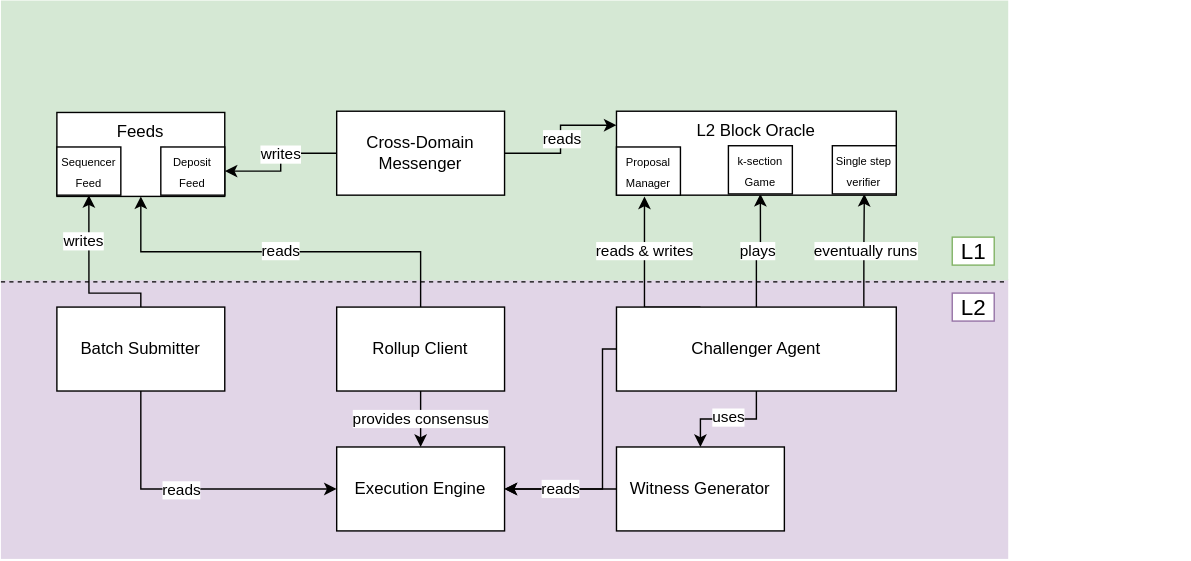
Before: assets/architecture.svg, a diagram exported from draw.io (ethereum-optimism/optimism). Source tidied: cells renumbered, new cells last; positions are measured from the earlier drawing's top-left corner, leaving out a move shared by most shapes.
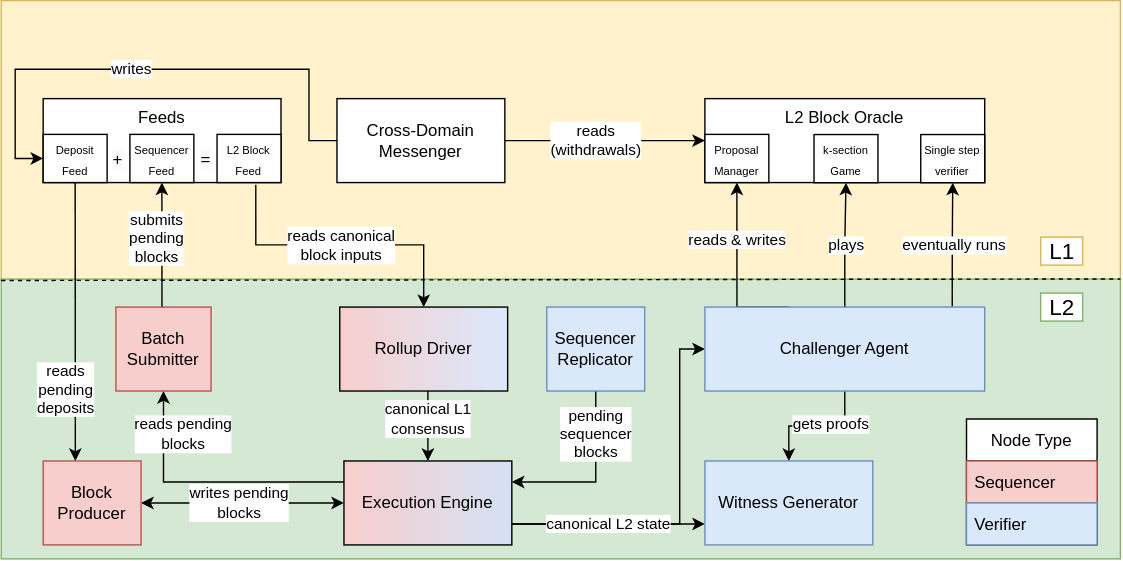
After the commit.

Commit message:
feat(overview): updated diagram and explanations

Diff of the diagram source:
```diff
@@ -4,25 +4,13 @@
     <mxCell id="1" value="Layer 1/2" parent="0" />
+    <mxCell id="43" style="rounded=0;whiteSpace=wrap;html=1;align=center;verticalAlign=top;fillColor=#fff2cc;strokeColor=#d6b656;" parent="1" vertex="1">
+      <mxGeometry y="-0.1" width="800" height="200" as="geometry" />
+    </mxCell>
-    <mxCell id="2" style="rounded=0;whiteSpace=wrap;html=1;align=center;verticalAlign=top;fillColor=#e1d5e7;strokeColor=none;" parent="1" vertex="1">
-      <mxGeometry y="199" width="720" height="200" as="geometry" />
+    <mxCell id="2" style="rounded=0;whiteSpace=wrap;html=1;align=center;verticalAlign=top;fillColor=#d5e8d4;strokeColor=#82b366;" parent="1" vertex="1">
+      <mxGeometry y="199" width="800" height="200" as="geometry" />
     </mxCell>
-    <mxCell id="3" style="group;" parent="1" vertex="1">
-      <mxGeometry x="40" y="79.9" width="810" height="120" as="geometry" />
-    </mxCell>
-    <mxCell id="4" style="rounded=0;whiteSpace=wrap;html=1;align=center;verticalAlign=top;fillColor=#d5e8d4;strokeColor=none;" parent="3" vertex="1">
-      <mxGeometry x="-40" y="-80" width="720" height="200" as="geometry" />
-    </mxCell>
-    <mxCell id="5" value="Feeds" style="rounded=0;whiteSpace=wrap;html=1;align=center;verticalAlign=top;" parent="3" vertex="1">
-      <mxGeometry width="120" height="60" as="geometry" />
-    </mxCell>
-    <mxCell id="6" value="&lt;font style=&quot;font-size: 8px&quot;&gt;Deposit Feed&lt;/font&gt;" style="rounded=0;whiteSpace=wrap;html=1;" parent="3" vertex="1">
-      <mxGeometry x="74.3" y="24.7" width="45.7" height="34.4" as="geometry" />
-    </mxCell>
-    <mxCell id="7" value="&lt;font style=&quot;font-size: 8px&quot;&gt;Sequencer Feed&lt;/font&gt;" style="rounded=0;whiteSpace=wrap;html=1;" parent="3" vertex="1">
-      <mxGeometry y="24.7" width="45.7" height="34.4" as="geometry" />
-    </mxCell>
-    <mxCell id="8" value="&lt;font style=&quot;font-size: 16px&quot;&gt;L1&lt;/font&gt;" style="text;html=1;align=center;verticalAlign=middle;strokeColor=#82b366;fillColor=#FFFFFF;" parent="1" vertex="1">
-      <mxGeometry x="680" y="169" width="30" height="20" as="geometry" />
+    <mxCell id="8" value="&lt;font style=&quot;font-size: 16px&quot;&gt;L1&lt;/font&gt;" style="text;html=1;align=center;verticalAlign=middle;strokeColor=#d6b656;fillColor=#FFFFFF;" parent="1" vertex="1">
+      <mxGeometry x="743" y="169" width="30" height="20" as="geometry" />
     </mxCell>
-    <mxCell id="9" value="&lt;font style=&quot;font-size: 16px&quot;&gt;L2&lt;/font&gt;" style="text;html=1;align=center;verticalAlign=middle;strokeColor=#9673a6;fillColor=#FFFFFF;" parent="1" vertex="1">
-      <mxGeometry x="680" y="209" width="30" height="20" as="geometry" />
+    <mxCell id="9" value="&lt;font style=&quot;font-size: 16px&quot;&gt;L2&lt;/font&gt;" style="text;html=1;align=center;verticalAlign=middle;strokeColor=#82b366;fillColor=#FFFFFF;" parent="1" vertex="1">
+      <mxGeometry x="743" y="209" width="30" height="20" as="geometry" />
     </mxCell>
@@ -33,6 +21,6 @@
     </mxCell>
-    <mxCell id="11" style="endArrow=none;dashed=1;html=1;strokeWidth=1;" parent="1" edge="1">
+    <mxCell id="11" style="endArrow=none;dashed=1;html=1;strokeWidth=1;entryX=1;entryY=1;entryDx=0;entryDy=0;" parent="1" edge="1">
       <mxGeometry relative="1" as="geometry">
-        <mxPoint y="201" as="sourcePoint" />
-        <mxPoint x="720" y="201" as="targetPoint" />
+        <mxPoint y="200" as="sourcePoint" />
+        <mxPoint x="800" y="198.9" as="targetPoint" />
       </mxGeometry>
@@ -40,10 +28,8 @@
     <mxCell id="12" value="Components" parent="0" />
-    <mxCell id="13" style="edgeStyle=orthogonalEdgeStyle;rounded=0;jettySize=auto;html=1;exitX=1;exitY=0.5;exitDx=0;exitDy=0;startArrow=none;startFill=0;endArrow=classic;endFill=1;" parent="12" edge="1" source="15">
-      <mxGeometry relative="1" as="geometry">
-        <mxPoint x="440" y="89" as="targetPoint" />
-      </mxGeometry>
+    <mxCell id="13" style="edgeStyle=orthogonalEdgeStyle;rounded=0;jettySize=auto;html=1;exitX=1;exitY=0.5;exitDx=0;exitDy=0;startArrow=none;startFill=0;endArrow=classic;endFill=1;entryX=0;entryY=0.5;entryDx=0;entryDy=0;" parent="12" edge="1" source="15" target="39">
+      <mxGeometry relative="1" as="geometry" />
     </mxCell>
-    <mxCell id="14" value="reads" style="edgeLabel;html=1;align=center;verticalAlign=middle;" parent="13" vertex="1">
+    <mxCell id="14" value="reads&lt;br&gt;(withdrawals)" style="edgeLabel;html=1;align=center;verticalAlign=middle;" parent="13" vertex="1">
       <mxGeometry x="0.35" y="-1" relative="1" as="geometry">
-        <mxPoint x="-7" y="9" as="offset" />
+        <mxPoint x="-32" y="-1" as="offset" />
       </mxGeometry>
@@ -51,7 +37,12 @@
     <mxCell id="15" value="Cross-Domain&lt;br&gt;Messenger" style="rounded=0;whiteSpace=wrap;html=1;" parent="12" vertex="1">
-      <mxGeometry x="240" y="79" width="120" height="60" as="geometry" />
+      <mxGeometry x="240" y="70" width="120" height="60" as="geometry" />
     </mxCell>
-    <mxCell id="16" style="edgeStyle=orthogonalEdgeStyle;rounded=0;jettySize=auto;html=1;startArrow=classic;startFill=1;endArrow=none;endFill=0;exitX=1;exitY=0.5;exitDx=0;exitDy=0;" parent="12" edge="1" target="15">
+    <mxCell id="16" style="edgeStyle=orthogonalEdgeStyle;rounded=0;jettySize=auto;html=1;startArrow=classic;startFill=1;endArrow=none;endFill=0;exitX=0;exitY=0.5;exitDx=0;exitDy=0;" parent="12" edge="1" source="6" target="15">
       <mxGeometry relative="1" as="geometry">
-        <mxPoint x="160" y="121.8" as="sourcePoint" />
+        <Array as="points">
+          <mxPoint x="10" y="113" />
+          <mxPoint x="10" y="49" />
+          <mxPoint x="220" y="49" />
+          <mxPoint x="220" y="100" />
+        </Array>
       </mxGeometry>
@@ -60,9 +51,8 @@
       <mxGeometry x="0.31" y="-1" relative="1" as="geometry">
-        <mxPoint x="-8" as="offset" />
+        <mxPoint x="-73" y="-1" as="offset" />
       </mxGeometry>
     </mxCell>
-    <mxCell id="18" value="reads &amp;amp; writes" style="edgeStyle=orthogonalEdgeStyle;rounded=0;orthogonalLoop=1;jettySize=auto;html=1;exitX=0.5;exitY=0;exitDx=0;exitDy=0;startArrow=none;startFill=0;endArrow=classic;endFill=1;" parent="12" edge="1">
+    <mxCell id="18" value="reads &amp;amp; writes" style="edgeStyle=orthogonalEdgeStyle;rounded=0;jettySize=auto;html=1;exitX=0.5;exitY=0;exitDx=0;exitDy=0;startArrow=none;startFill=0;endArrow=classic;endFill=1;entryX=0.5;entryY=1;entryDx=0;entryDy=0;" parent="12" edge="1" target="42">
       <mxGeometry x="0.34" relative="1" as="geometry">
-        <mxPoint x="500" y="219" as="sourcePoint" />
-        <mxPoint x="460" y="140" as="targetPoint" />
+        <mxPoint x="563" y="219" as="sourcePoint" />
       </mxGeometry>
@@ -83,11 +73,12 @@
     </mxCell>
-    <mxCell id="23" value="uses" style="edgeLabel;html=1;align=center;verticalAlign=middle;" parent="22" vertex="1">
-      <mxGeometry y="-1" relative="1" as="geometry" />
+    <mxCell id="23" value="gets proofs" style="edgeLabel;html=1;align=center;verticalAlign=middle;" parent="22" vertex="1">
+      <mxGeometry y="-1" relative="1" as="geometry">
+        <mxPoint x="10" as="offset" />
+      </mxGeometry>
     </mxCell>
-    <mxCell id="24" style="edgeStyle=orthogonalEdgeStyle;rounded=0;jettySize=auto;html=1;exitX=0;exitY=0.5;exitDx=0;exitDy=0;startArrow=none;startFill=0;endArrow=classic;endFill=1;strokeWidth=1;" parent="12" edge="1" source="25">
+    <mxCell id="24" style="edgeStyle=orthogonalEdgeStyle;rounded=0;jettySize=auto;html=1;exitX=0;exitY=0.5;exitDx=0;exitDy=0;startArrow=classic;startFill=1;endArrow=none;endFill=0;strokeWidth=1;entryX=1;entryY=0.75;entryDx=0;entryDy=0;" parent="12" edge="1" source="25" target="36">
       <mxGeometry relative="1" as="geometry">
-        <mxPoint x="360" y="349" as="targetPoint" />
         <Array as="points">
-          <mxPoint x="430" y="249" />
-          <mxPoint x="430" y="349" />
+          <mxPoint x="485" y="249" />
+          <mxPoint x="485" y="374" />
         </Array>
@@ -95,33 +86,26 @@
     </mxCell>
-    <mxCell id="25" value="Challenger Agent" style="rounded=0;whiteSpace=wrap;html=1;" parent="12" vertex="1">
-      <mxGeometry x="440" y="219" width="200" height="60" as="geometry" />
+    <mxCell id="25" value="Challenger Agent" style="rounded=0;whiteSpace=wrap;html=1;fillColor=#dae8fc;strokeColor=#6c8ebf;" parent="12" vertex="1">
+      <mxGeometry x="503" y="219" width="200" height="60" as="geometry" />
     </mxCell>
-    <mxCell id="26" value="reads" style="edgeStyle=orthogonalEdgeStyle;rounded=0;jettySize=auto;html=1;exitX=0;exitY=0.5;exitDx=0;exitDy=0;entryX=1;entryY=0.5;entryDx=0;entryDy=0;startArrow=none;startFill=0;endArrow=classic;endFill=1;" parent="12" edge="1" source="27" target="36">
-      <mxGeometry relative="1" as="geometry">
-        <Array as="points">
-          <mxPoint x="400" y="349" />
-          <mxPoint x="400" y="349" />
-        </Array>
-      </mxGeometry>
+    <mxCell id="26" value="canonical L2 state" style="edgeStyle=orthogonalEdgeStyle;rounded=0;jettySize=auto;html=1;exitX=0;exitY=0.75;exitDx=0;exitDy=0;entryX=1;entryY=0.75;entryDx=0;entryDy=0;startArrow=classic;startFill=1;endArrow=none;endFill=0;" parent="12" edge="1" source="27" target="36">
+      <mxGeometry relative="1" as="geometry" />
     </mxCell>
-    <mxCell id="27" value="Witness Generator" style="rounded=0;whiteSpace=wrap;html=1;" parent="12" vertex="1">
-      <mxGeometry x="440" y="319" width="120" height="60" as="geometry" />
+    <mxCell id="27" value="Witness Generator" style="rounded=0;whiteSpace=wrap;html=1;fillColor=#dae8fc;strokeColor=#6c8ebf;" parent="12" vertex="1">
+      <mxGeometry x="503" y="329" width="120" height="60" as="geometry" />
     </mxCell>
-    <mxCell id="28" value="reads" style="edgeStyle=orthogonalEdgeStyle;rounded=0;jettySize=auto;html=1;exitX=0.5;exitY=0;exitDx=0;exitDy=0;entryX=0.5;entryY=1;entryDx=0;entryDy=0;startArrow=none;startFill=0;endArrow=classic;endFill=1;" parent="12" edge="1" source="30">
-      <mxGeometry relative="1" as="geometry">
-        <mxPoint x="100" y="139.9" as="targetPoint" />
-      </mxGeometry>
+    <mxCell id="28" value="reads canonical&lt;br&gt;block inputs" style="edgeStyle=orthogonalEdgeStyle;rounded=0;jettySize=auto;html=1;exitX=0.5;exitY=0;exitDx=0;exitDy=0;entryX=0.894;entryY=1.027;entryDx=0;entryDy=0;startArrow=classic;startFill=1;endArrow=none;endFill=0;entryPerimeter=0;" parent="12" edge="1" source="30" target="5">
+      <mxGeometry relative="1" as="geometry" />
     </mxCell>
-    <mxCell id="29" value="provides consensus" style="edgeStyle=orthogonalEdgeStyle;rounded=0;jettySize=auto;html=1;exitX=0.5;exitY=1;exitDx=0;exitDy=0;startArrow=none;startFill=0;endArrow=classic;endFill=1;" parent="12" edge="1" source="30" target="36">
-      <mxGeometry relative="1" as="geometry" />
+    <mxCell id="29" value="canonical L1 &lt;br&gt;consensus" style="edgeStyle=orthogonalEdgeStyle;rounded=0;jettySize=auto;html=1;exitX=0.5;exitY=1;exitDx=0;exitDy=0;startArrow=none;startFill=0;endArrow=classic;endFill=1;entryX=0.5;entryY=0;entryDx=0;entryDy=0;" parent="12" edge="1" target="36">
+      <mxGeometry x="0.06" relative="1" as="geometry">
+        <mxPoint x="305" y="265" as="sourcePoint" />
+      </mxGeometry>
     </mxCell>
-    <mxCell id="30" value="Rollup Client" style="rounded=0;whiteSpace=wrap;html=1;" parent="12" vertex="1">
-      <mxGeometry x="240" y="219" width="120" height="60" as="geometry" />
+    <mxCell id="30" value="Rollup Driver" style="rounded=0;whiteSpace=wrap;html=1;gradientDirection=west;fillColor=#dae8fc;strokeColor=#000000;gradientColor=#F8CECC;" parent="12" vertex="1">
+      <mxGeometry x="242" y="219" width="120" height="60" as="geometry" />
     </mxCell>
-    <mxCell id="31" style="edgeStyle=orthogonalEdgeStyle;rounded=0;jettySize=auto;html=1;exitX=0.5;exitY=0;exitDx=0;exitDy=0;entryX=0.5;entryY=1;entryDx=0;entryDy=0;startArrow=none;startFill=0;endArrow=classic;endFill=1;" parent="12" edge="1" source="35">
+    <mxCell id="31" style="edgeStyle=orthogonalEdgeStyle;rounded=0;jettySize=auto;html=1;exitX=0.5;exitY=0;exitDx=0;exitDy=0;startArrow=none;startFill=0;endArrow=classic;endFill=1;entryX=0.5;entryY=1;entryDx=0;entryDy=0;" parent="12" edge="1" source="35" target="7">
       <mxGeometry relative="1" as="geometry">
-        <mxPoint x="62.9" y="139" as="targetPoint" />
         <Array as="points">
-          <mxPoint x="100" y="209" />
-          <mxPoint x="63" y="209" />
+          <mxPoint x="115" y="219" />
         </Array>
@@ -129,19 +113,27 @@
     </mxCell>
-    <mxCell id="32" value="writes" style="edgeLabel;html=1;align=center;verticalAlign=middle;" parent="31" vertex="1">
-      <mxGeometry x="0.44" y="4" relative="1" as="geometry" />
+    <mxCell id="32" value="submits&lt;br&gt;pending&lt;br&gt;blocks" style="edgeLabel;html=1;align=center;verticalAlign=middle;" parent="31" vertex="1">
+      <mxGeometry x="0.44" y="4" relative="1" as="geometry">
+        <mxPoint y="14" as="offset" />
+      </mxGeometry>
     </mxCell>
-    <mxCell id="33" style="edgeStyle=orthogonalEdgeStyle;rounded=0;jettySize=auto;html=1;exitX=0.5;exitY=1;exitDx=0;exitDy=0;entryX=0;entryY=0.5;entryDx=0;entryDy=0;startArrow=none;startFill=0;endArrow=classic;endFill=1;" parent="12" edge="1" source="35" target="36">
-      <mxGeometry relative="1" as="geometry" />
+    <mxCell id="33" style="edgeStyle=orthogonalEdgeStyle;rounded=0;jettySize=auto;html=1;entryX=0;entryY=0.25;entryDx=0;entryDy=0;endArrow=none;endFill=0;startArrow=classic;startFill=1;exitX=0.5;exitY=1;exitDx=0;exitDy=0;" parent="12" edge="1" source="35" target="36">
+      <mxGeometry relative="1" as="geometry">
+        <Array as="points">
+          <mxPoint x="116" y="344" />
+        </Array>
+      </mxGeometry>
     </mxCell>
-    <mxCell id="34" value="reads" style="edgeLabel;html=1;align=center;verticalAlign=middle;" parent="33" vertex="1">
-      <mxGeometry x="-0.06" y="-1" relative="1" as="geometry" />
-    </mxCell>
+    <mxCell id="44" value="reads pending&lt;br&gt;blocks" style="edgeLabel;html=1;align=center;verticalAlign=middle;" parent="33" vertex="1">
+      <mxGeometry x="-0.5" relative="1" as="geometry">
+        <mxPoint x="14" y="-18" as="offset" />
+      </mxGeometry>
+    </mxCell>
-    <mxCell id="35" value="Batch Submitter" style="rounded=0;whiteSpace=wrap;html=1;" parent="12" vertex="1">
-      <mxGeometry x="40" y="219" width="120" height="60" as="geometry" />
+    <mxCell id="35" value="Batch Submitter" style="rounded=0;whiteSpace=wrap;html=1;fillColor=#f8cecc;strokeColor=#b85450;" parent="12" vertex="1">
+      <mxGeometry x="82" y="219" width="68" height="60" as="geometry" />
     </mxCell>
-    <mxCell id="36" value="Execution Engine" style="rounded=0;whiteSpace=wrap;html=1;" parent="12" vertex="1">
-      <mxGeometry x="240" y="319" width="120" height="60" as="geometry" />
+    <mxCell id="36" value="Execution Engine" style="rounded=0;whiteSpace=wrap;html=1;fillColor=#D4E1F5;strokeColor=#000000;gradientDirection=west;gradientColor=#F8CECC;" parent="12" vertex="1">
+      <mxGeometry x="245" y="329" width="120" height="60" as="geometry" />
     </mxCell>
     <mxCell id="37" style="group;" parent="12" vertex="1">
-      <mxGeometry x="450" y="79" width="190" height="70" as="geometry" />
+      <mxGeometry x="513" y="79" width="190" height="70" as="geometry" />
     </mxCell>
@@ -151,13 +143,75 @@
     <mxCell id="39" value="L2 Block Oracle" style="rounded=0;whiteSpace=wrap;html=1;align=center;verticalAlign=top;" parent="38" vertex="1">
-      <mxGeometry x="-80" width="200" height="60" as="geometry" />
+      <mxGeometry x="-80" y="-9" width="200" height="60" as="geometry" />
     </mxCell>
     <mxCell id="40" value="&lt;font style=&quot;font-size: 8px&quot;&gt;Single step&lt;br&gt;verifier&lt;br&gt;&lt;/font&gt;" style="rounded=0;whiteSpace=wrap;html=1;" parent="38" vertex="1">
-      <mxGeometry x="74.3" y="24.7" width="45.7" height="34.4" as="geometry" />
+      <mxGeometry x="74.3" y="16.7" width="45.7" height="34.4" as="geometry" />
     </mxCell>
     <mxCell id="41" value="&lt;font style=&quot;font-size: 8px&quot;&gt;k-section Game&lt;/font&gt;" style="rounded=0;whiteSpace=wrap;html=1;" parent="38" vertex="1">
-      <mxGeometry y="24.7" width="45.7" height="34.4" as="geometry" />
+      <mxGeometry x="-2" y="16.7" width="45.7" height="34.4" as="geometry" />
     </mxCell>
     <mxCell id="42" value="&lt;font style=&quot;font-size: 8px&quot;&gt;Proposal Manager&lt;/font&gt;" style="rounded=0;whiteSpace=wrap;html=1;" parent="38" vertex="1">
-      <mxGeometry x="-80" y="25.6" width="45.7" height="34.4" as="geometry" />
+      <mxGeometry x="-80" y="16.6" width="45.7" height="34.4" as="geometry" />
     </mxCell>
+    <mxCell id="45" style="edgeStyle=orthogonalEdgeStyle;rounded=0;jettySize=auto;html=1;exitX=1;exitY=0.5;exitDx=0;exitDy=0;entryX=0;entryY=0.5;entryDx=0;entryDy=0;startArrow=classic;startFill=1;" parent="12" edge="1" source="49" target="36">
+      <mxGeometry relative="1" as="geometry" />
+    </mxCell>
+    <mxCell id="46" value="writes pending&lt;br&gt;blocks" style="edgeLabel;html=1;align=center;verticalAlign=middle;" parent="45" vertex="1">
+      <mxGeometry x="-0.43" y="-2" relative="1" as="geometry">
+        <mxPoint x="28" y="-2" as="offset" />
+      </mxGeometry>
+    </mxCell>
+    <mxCell id="47" style="edgeStyle=orthogonalEdgeStyle;rounded=0;jettySize=auto;html=1;entryX=0.5;entryY=1;entryDx=0;entryDy=0;startArrow=classic;startFill=1;endArrow=none;endFill=0;" parent="12" edge="1" target="6">
+      <mxGeometry relative="1" as="geometry">
+        <mxPoint x="53" y="329" as="sourcePoint" />
+        <Array as="points">
+          <mxPoint x="53" y="329" />
+        </Array>
+      </mxGeometry>
+    </mxCell>
+    <mxCell id="48" value="reads&lt;br&gt;pending&lt;br&gt;deposits" style="edgeLabel;html=1;align=center;verticalAlign=middle;" parent="47" vertex="1">
+      <mxGeometry x="-0.25" y="-1" relative="1" as="geometry">
+        <mxPoint x="-8" y="23" as="offset" />
+      </mxGeometry>
+    </mxCell>
+    <mxCell id="49" value="Block Producer" style="rounded=0;whiteSpace=wrap;html=1;fillColor=#f8cecc;strokeColor=#b85450;" parent="12" vertex="1">
+      <mxGeometry x="30" y="329" width="70" height="60" as="geometry" />
+    </mxCell>
+    <mxCell id="50" style="edgeStyle=orthogonalEdgeStyle;rounded=0;jettySize=auto;html=1;exitX=0.5;exitY=1;exitDx=0;exitDy=0;entryX=1;entryY=0.25;entryDx=0;entryDy=0;" parent="12" edge="1" source="52" target="36">
+      <mxGeometry relative="1" as="geometry" />
+    </mxCell>
+    <mxCell id="51" value="pending&lt;br&gt;sequencer&lt;br&gt;blocks" style="edgeLabel;html=1;align=center;verticalAlign=middle;" parent="50" vertex="1">
+      <mxGeometry x="-0.21" relative="1" as="geometry">
+        <mxPoint y="-19" as="offset" />
+      </mxGeometry>
+    </mxCell>
+    <mxCell id="52" value="Sequencer Replicator" style="rounded=0;whiteSpace=wrap;html=1;fillColor=#dae8fc;strokeColor=#6c8ebf;" parent="12" vertex="1">
+      <mxGeometry x="390" y="219" width="70" height="60" as="geometry" />
+    </mxCell>
+    <mxCell id="53" value="Node Type" style="swimlane;fontStyle=0;horizontal=1;startSize=30;gradientColor=#ffffff;gradientDirection=east;swimlaneFillColor=#CCCCCC;" parent="12" vertex="1">
+      <mxGeometry x="690" y="299" width="93.3" height="90" as="geometry" />
+    </mxCell>
+    <mxCell id="54" value="Sequencer" style="text;strokeColor=#b85450;fillColor=#f8cecc;align=left;verticalAlign=middle;spacingLeft=4;spacingRight=4;overflow=hidden;labelBackgroundColor=none;" parent="53" vertex="1">
+      <mxGeometry y="30" width="93.3" height="30" as="geometry" />
+    </mxCell>
+    <mxCell id="55" value="Verifier" style="text;strokeColor=#6c8ebf;fillColor=#dae8fc;align=left;verticalAlign=middle;spacingLeft=4;spacingRight=4;overflow=hidden;" parent="53" vertex="1">
+      <mxGeometry y="60" width="93.3" height="30" as="geometry" />
+    </mxCell>
+    <mxCell id="5" value="Feeds" style="rounded=0;whiteSpace=wrap;html=1;align=center;verticalAlign=top;" parent="12" vertex="1">
+      <mxGeometry x="30" y="70" width="170" height="60" as="geometry" />
+    </mxCell>
+    <mxCell id="6" value="&lt;font style=&quot;font-size: 8px&quot;&gt;Deposit Feed&lt;/font&gt;" style="rounded=0;whiteSpace=wrap;html=1;" parent="12" vertex="1">
+      <mxGeometry x="30" y="95.6" width="45.7" height="34.4" as="geometry" />
+    </mxCell>
+    <mxCell id="7" value="&lt;font style=&quot;font-size: 8px&quot;&gt;Sequencer Feed&lt;/font&gt;" style="rounded=0;whiteSpace=wrap;html=1;" parent="12" vertex="1">
+      <mxGeometry x="92" y="95.6" width="45.7" height="34.4" as="geometry" />
+    </mxCell>
+    <mxCell id="56" value="&lt;font style=&quot;font-size: 8px&quot;&gt;L2 Block Feed&lt;/font&gt;" style="rounded=0;whiteSpace=wrap;html=1;" parent="12" vertex="1">
+      <mxGeometry x="154.3" y="95.6" width="45.7" height="34.4" as="geometry" />
+    </mxCell>
+    <mxCell id="57" value="&lt;span style=&quot;color: rgb(0 , 0 , 0) ; font-family: &amp;#34;helvetica&amp;#34; ; font-size: 12px ; font-style: normal ; font-weight: 400 ; letter-spacing: normal ; text-align: center ; text-indent: 0px ; text-transform: none ; word-spacing: 0px ; background-color: rgb(248 , 249 , 250) ; display: inline ; float: none&quot;&gt;+&lt;/span&gt;" style="text;whiteSpace=wrap;html=1;" parent="12" vertex="1">
+      <mxGeometry x="78" y="100" width="10" height="30" as="geometry" />
+    </mxCell>
+    <mxCell id="58" value="&lt;span style=&quot;color: rgb(0 , 0 , 0) ; font-family: &amp;#34;helvetica&amp;#34; ; font-size: 12px ; font-style: normal ; font-weight: 400 ; letter-spacing: normal ; text-align: center ; text-indent: 0px ; text-transform: none ; word-spacing: 0px ; background-color: rgb(248 , 249 , 250) ; display: inline ; float: none&quot;&gt;=&lt;/span&gt;" style="text;whiteSpace=wrap;html=1;" parent="12" vertex="1">
+      <mxGeometry x="141" y="100" width="10" height="30" as="geometry" />
+    </mxCell>
   </root>
```
